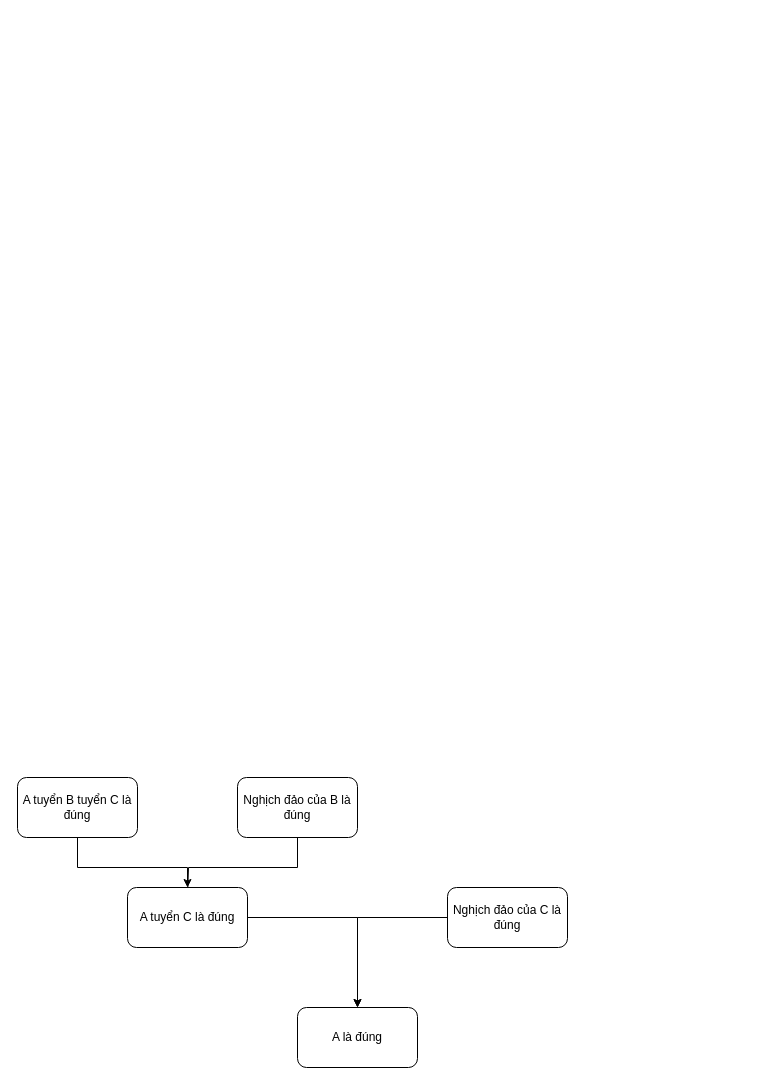
Before: AI.drawio in frozenproof/dactaphanmem, a draw.io diagram. Source tidied: cells renumbered, new cells numbered last; positions are measured from the earlier drawing's top-left corner, leaving out a move shared by most shapes. Both pictures are drawn from the tidied source at 100%, with x=0, y=0 at pixel (17, 777).
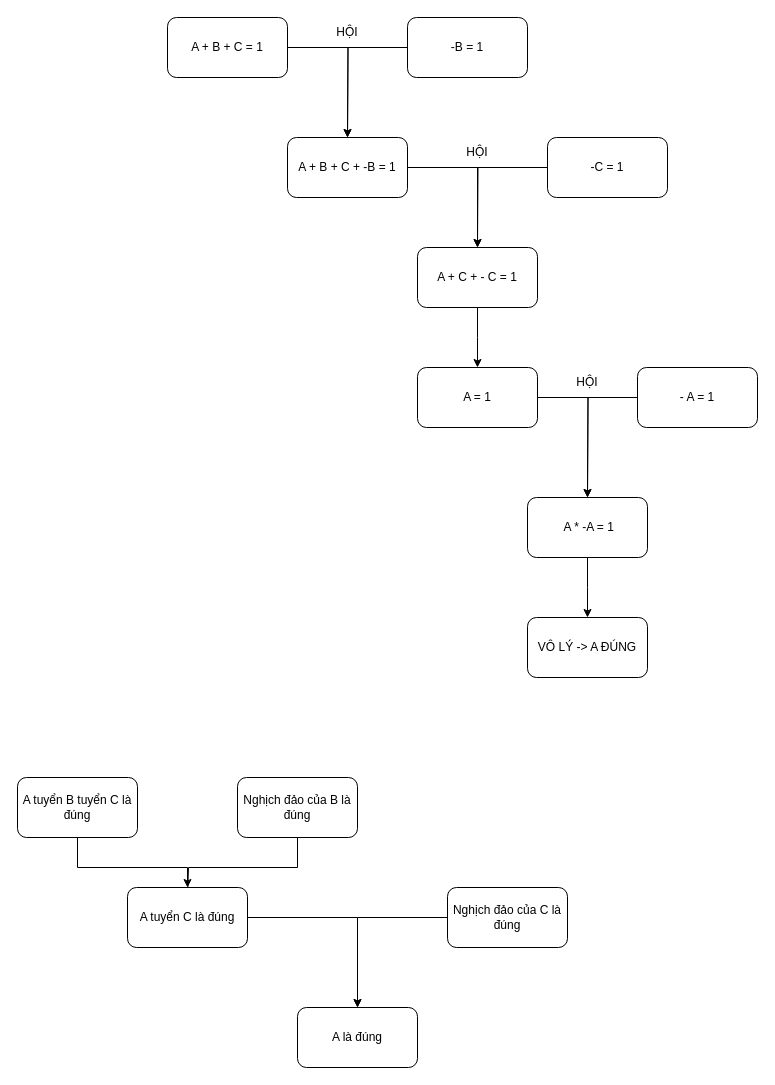
The same diagram, later.

Change to the diagram source:
```diff
@@
+    <mxCell id="11" style="edgeStyle=orthogonalEdgeStyle;rounded=0;jettySize=auto;html=1;" parent="1" edge="1" source="12">
+      <mxGeometry relative="1" as="geometry">
+        <mxPoint x="330" y="-640" as="targetPoint" />
+      </mxGeometry>
+    </mxCell>
+    <mxCell id="12" value="A + B + C = 1" style="rounded=1;whiteSpace=wrap;html=1;" parent="1" vertex="1">
+      <mxGeometry x="150" y="-760" width="120" height="60" as="geometry" />
+    </mxCell>
+    <mxCell id="13" style="edgeStyle=orthogonalEdgeStyle;rounded=0;jettySize=auto;html=1;" parent="1" edge="1" source="14">
+      <mxGeometry relative="1" as="geometry">
+        <mxPoint x="330" y="-640" as="targetPoint" />
+      </mxGeometry>
+    </mxCell>
+    <mxCell id="14" value="-B = 1" style="rounded=1;whiteSpace=wrap;html=1;" parent="1" vertex="1">
+      <mxGeometry x="390" y="-760" width="120" height="60" as="geometry" />
+    </mxCell>
+    <mxCell id="15" style="edgeStyle=orthogonalEdgeStyle;rounded=0;jettySize=auto;html=1;" parent="1" edge="1" source="16">
+      <mxGeometry relative="1" as="geometry">
+        <mxPoint x="460" y="-530" as="targetPoint" />
+      </mxGeometry>
+    </mxCell>
+    <mxCell id="16" value="A + B + C + -B = 1" style="rounded=1;whiteSpace=wrap;html=1;" parent="1" vertex="1">
+      <mxGeometry x="270" y="-640" width="120" height="60" as="geometry" />
+    </mxCell>
+    <mxCell id="17" style="edgeStyle=orthogonalEdgeStyle;rounded=0;jettySize=auto;html=1;" parent="1" edge="1" source="18">
+      <mxGeometry relative="1" as="geometry">
+        <mxPoint x="460" y="-410" as="targetPoint" />
+      </mxGeometry>
+    </mxCell>
+    <mxCell id="18" value="A + C + - C = 1" style="rounded=1;whiteSpace=wrap;html=1;" parent="1" vertex="1">
+      <mxGeometry x="400" y="-530" width="120" height="60" as="geometry" />
+    </mxCell>
+    <mxCell id="19" value="HỘI" style="text;html=1;strokeColor=none;fillColor=none;align=center;verticalAlign=middle;whiteSpace=wrap;rounded=0;" parent="1" vertex="1">
+      <mxGeometry x="300" y="-760" width="60" height="30" as="geometry" />
+    </mxCell>
+    <mxCell id="20" style="edgeStyle=orthogonalEdgeStyle;rounded=0;jettySize=auto;html=1;" parent="1" edge="1" source="21" target="18">
+      <mxGeometry relative="1" as="geometry" />
+    </mxCell>
+    <mxCell id="21" value="-C = 1" style="rounded=1;whiteSpace=wrap;html=1;" parent="1" vertex="1">
+      <mxGeometry x="530" y="-640" width="120" height="60" as="geometry" />
+    </mxCell>
+    <mxCell id="22" value="HỘI" style="text;html=1;strokeColor=none;fillColor=none;align=center;verticalAlign=middle;whiteSpace=wrap;rounded=0;" parent="1" vertex="1">
+      <mxGeometry x="430" y="-640" width="60" height="30" as="geometry" />
+    </mxCell>
+    <mxCell id="23" style="edgeStyle=orthogonalEdgeStyle;rounded=0;jettySize=auto;html=1;" parent="1" edge="1" source="24">
+      <mxGeometry relative="1" as="geometry">
+        <mxPoint x="570" y="-280" as="targetPoint" />
+      </mxGeometry>
+    </mxCell>
+    <mxCell id="24" value="A = 1" style="rounded=1;whiteSpace=wrap;html=1;" parent="1" vertex="1">
+      <mxGeometry x="400" y="-410" width="120" height="60" as="geometry" />
+    </mxCell>
+    <mxCell id="25" style="edgeStyle=orthogonalEdgeStyle;rounded=0;jettySize=auto;html=1;" parent="1" edge="1" source="26">
+      <mxGeometry relative="1" as="geometry">
+        <mxPoint x="570" y="-280" as="targetPoint" />
+      </mxGeometry>
+    </mxCell>
+    <mxCell id="26" value="- A = 1" style="rounded=1;whiteSpace=wrap;html=1;" parent="1" vertex="1">
+      <mxGeometry x="620" y="-410" width="120" height="60" as="geometry" />
+    </mxCell>
+    <mxCell id="27" style="edgeStyle=orthogonalEdgeStyle;rounded=0;jettySize=auto;html=1;" parent="1" edge="1" source="28">
+      <mxGeometry relative="1" as="geometry">
+        <mxPoint x="570" y="-160" as="targetPoint" />
+      </mxGeometry>
+    </mxCell>
+    <mxCell id="28" value="&amp;nbsp;A * -A = 1" style="rounded=1;whiteSpace=wrap;html=1;" parent="1" vertex="1">
+      <mxGeometry x="510" y="-280" width="120" height="60" as="geometry" />
+    </mxCell>
+    <mxCell id="29" value="HỘI" style="text;html=1;strokeColor=none;fillColor=none;align=center;verticalAlign=middle;whiteSpace=wrap;rounded=0;" parent="1" vertex="1">
+      <mxGeometry x="540" y="-410" width="60" height="30" as="geometry" />
+    </mxCell>
+    <mxCell id="30" value="VÔ LÝ -&amp;gt; A ĐÚNG" style="rounded=1;whiteSpace=wrap;html=1;" parent="1" vertex="1">
+      <mxGeometry x="510" y="-160" width="120" height="60" as="geometry" />
+    </mxCell>
```
